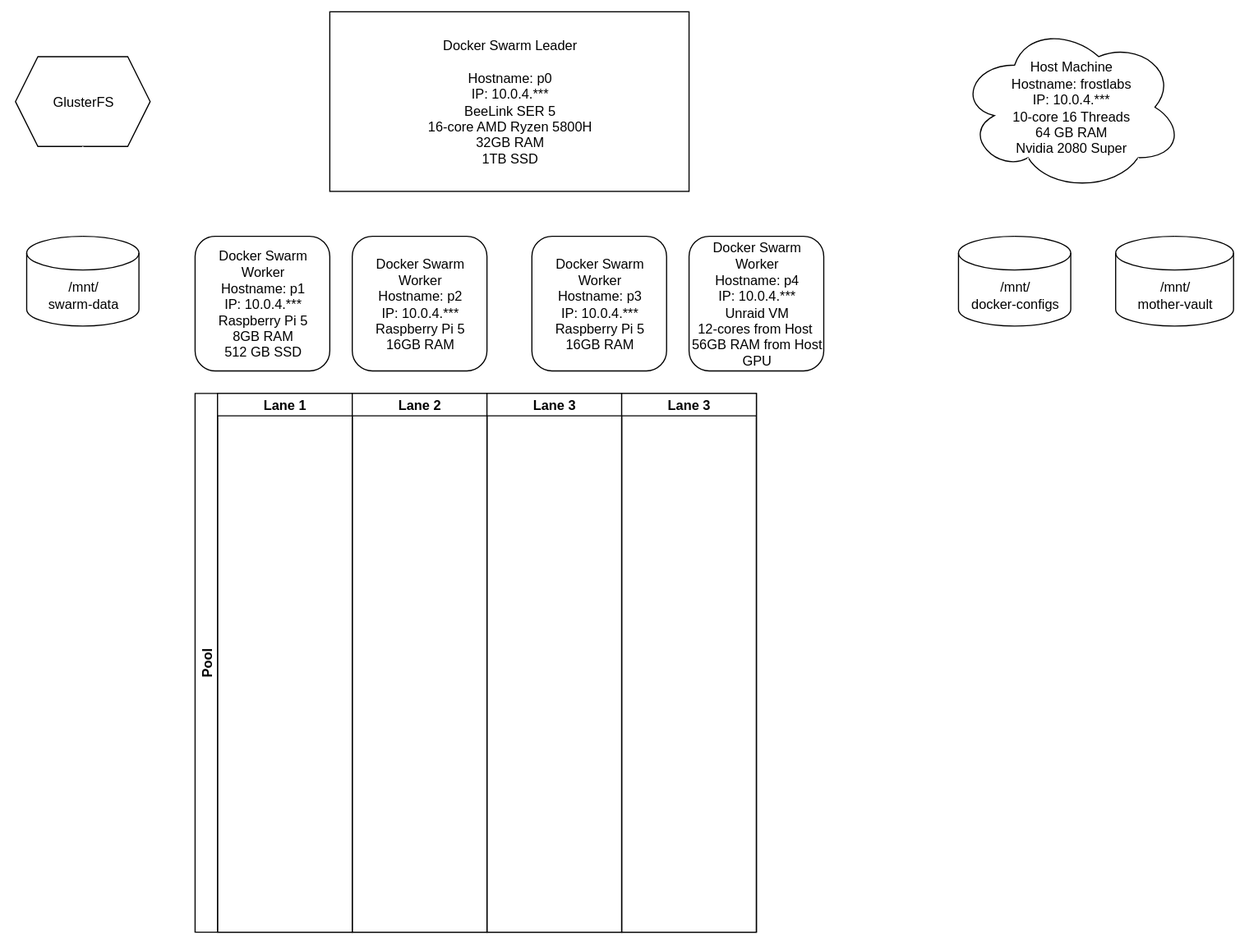
ghost062591/frostlabs-site keeps this draw.io diagram as Infrastructure Diagram.svg. Above is the earlier version. Source tidied: cells renumbered, new cells last; positions are measured from the earlier drawing's top-left corner, leaving out a move shared by most shapes.
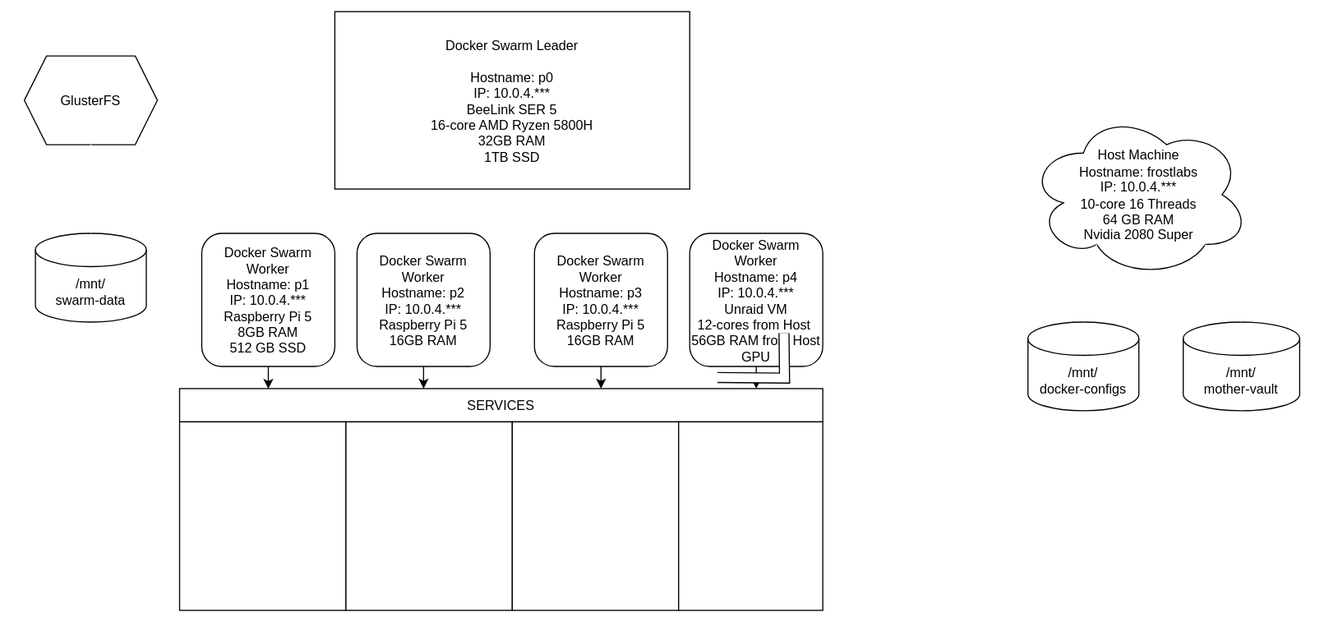
After the commit.

Commit message:
DESKTOP-61VDD0K 2025-10-17:9:54:47

Diff of the diagram source:
```diff
@@ -31,27 +31,42 @@
     <mxCell id="9" value="Docker Swarm Worker&lt;br&gt;Hostname: p1&lt;br&gt;IP: 10.0.4.***&lt;br&gt;Raspberry Pi 5&lt;br&gt;8GB RAM&lt;br&gt;512 GB SSD" style="rounded=1;whiteSpace=wrap;html=1;" parent="1" vertex="1">
       <mxGeometry x="160" y="200" width="120" height="120" as="geometry" />
     </mxCell>
+    <mxCell id="26" style="edgeStyle=none;html=1;exitX=0.5;exitY=1;exitDx=0;exitDy=0;entryX=0.5;entryY=0;entryDx=0;entryDy=0;" parent="1" edge="1" source="10">
+      <mxGeometry relative="1" as="geometry">
+        <mxPoint x="360" y="340" as="targetPoint" />
+      </mxGeometry>
+    </mxCell>
     <mxCell id="10" value="Docker Swarm Worker&lt;br&gt;Hostname: p2&lt;br&gt;IP: 10.0.4.***&lt;br&gt;Raspberry Pi 5&lt;br&gt;16GB RAM" style="rounded=1;whiteSpace=wrap;html=1;" parent="1" vertex="1">
       <mxGeometry x="300" y="200" width="120" height="120" as="geometry" />
     </mxCell>
+    <mxCell id="27" style="edgeStyle=none;html=1;exitX=0.5;exitY=1;exitDx=0;exitDy=0;entryX=0.5;entryY=0;entryDx=0;entryDy=0;" parent="1" edge="1" source="11">
+      <mxGeometry relative="1" as="geometry">
+        <mxPoint x="520" y="340" as="targetPoint" />
+      </mxGeometry>
+    </mxCell>
     <mxCell id="11" value="Docker Swarm Worker&lt;br&gt;Hostname: p3&lt;br&gt;IP: 10.0.4.***&lt;br&gt;Raspberry Pi 5&lt;br&gt;16GB RAM" style="rounded=1;whiteSpace=wrap;html=1;" parent="1" vertex="1">
       <mxGeometry x="460" y="200" width="120" height="120" as="geometry" />
     </mxCell>
+    <mxCell id="28" style="edgeStyle=none;html=1;exitX=0.5;exitY=1;exitDx=0;exitDy=0;entryX=0.5;entryY=0;entryDx=0;entryDy=0;" parent="1" edge="1" source="12">
+      <mxGeometry relative="1" as="geometry">
+        <mxPoint x="660" y="340" as="targetPoint" />
+      </mxGeometry>
+    </mxCell>
     <mxCell id="12" value="Docker Swarm Worker&lt;br&gt;Hostname: p4&lt;br&gt;IP: 10.0.4.***&lt;br&gt;Unraid VM&lt;br&gt;12-cores from Host&amp;nbsp;&lt;br&gt;56GB RAM from Host&lt;br&gt;GPU" style="rounded=1;whiteSpace=wrap;html=1;" parent="1" vertex="1">
       <mxGeometry x="600" y="200" width="120" height="120" as="geometry" />
     </mxCell>
     <mxCell id="13" value="Host Machine&lt;br&gt;Hostname: frostlabs&lt;br&gt;IP: 10.0.4.***&lt;br&gt;10-core 16 Threads&lt;br&gt;64 GB RAM&lt;br&gt;Nvidia 2080 Super" style="ellipse;shape=cloud;whiteSpace=wrap;html=1;" parent="1" vertex="1">
-      <mxGeometry x="840" y="10" width="200" height="150" as="geometry" />
+      <mxGeometry x="905" y="90" width="200" height="150" as="geometry" />
     </mxCell>
     <mxCell id="14" value="/mnt/&lt;br&gt;mother-vault" style="shape=cylinder3;whiteSpace=wrap;html=1;boundedLbl=1;backgroundOutline=1;size=15;" parent="1" vertex="1">
-      <mxGeometry x="980" y="200" width="105" height="80" as="geometry" />
+      <mxGeometry x="1045" y="280" width="105" height="80" as="geometry" />
     </mxCell>
     <mxCell id="15" value="/mnt/&lt;br&gt;docker-configs" style="shape=cylinder3;whiteSpace=wrap;html=1;boundedLbl=1;backgroundOutline=1;size=15;" parent="1" vertex="1">
-      <mxGeometry x="840" y="200" width="100" height="80" as="geometry" />
+      <mxGeometry x="905" y="280" width="100" height="80" as="geometry" />
     </mxCell>
     <mxCell id="16" style="edgeStyle=none;html=1;exitX=0.31;exitY=0.8;exitDx=0;exitDy=0;exitPerimeter=0;strokeColor=#FFFFFF;" parent="1" edge="1" source="13">
       <mxGeometry relative="1" as="geometry">
-        <mxPoint x="890" y="200" as="targetPoint" />
+        <mxPoint x="955" y="280" as="targetPoint" />
       </mxGeometry>
     </mxCell>
     <mxCell id="17" style="edgeStyle=none;html=1;exitX=0.8;exitY=0.8;exitDx=0;exitDy=0;exitPerimeter=0;entryX=0.5;entryY=0;entryDx=0;entryDy=0;entryPerimeter=0;strokeColor=#FFFFFF;" parent="1" edge="1" source="13" target="14">
@@ -66,20 +81,29 @@
     <mxCell id="20" style="edgeStyle=none;html=1;exitX=0.5;exitY=1;exitDx=0;exitDy=0;entryX=0.5;entryY=0;entryDx=0;entryDy=0;entryPerimeter=0;strokeColor=#FFFFFF;" parent="1" edge="1" source="19" target="18">
       <mxGeometry relative="1" as="geometry" />
     </mxCell>
-    <mxCell id="21" value="Pool" style="swimlane;startSize=20;horizontal=0;" parent="1" vertex="1">
-      <mxGeometry x="160" y="340" width="500" height="480" as="geometry" />
-    </mxCell>
-    <mxCell id="22" value="Lane 1" style="swimlane;startSize=20;" parent="21" vertex="1">
-      <mxGeometry x="20" width="120" height="480" as="geometry" />
-    </mxCell>
-    <mxCell id="23" value="Lane 2" style="swimlane;startSize=20;" parent="21" vertex="1">
-      <mxGeometry x="140" width="120" height="480" as="geometry" />
-    </mxCell>
-    <mxCell id="24" value="Lane 3" style="swimlane;startSize=20;" parent="21" vertex="1">
-      <mxGeometry x="260" width="120" height="480" as="geometry" />
-    </mxCell>
-    <mxCell id="25" value="Lane 3" style="swimlane;startSize=20;" parent="21" vertex="1">
-      <mxGeometry x="380" width="120" height="480" as="geometry" />
-    </mxCell>
+    <mxCell id="29" value="SERVICES" style="rounded=0;whiteSpace=wrap;html=1;" parent="1" vertex="1">
+      <mxGeometry x="140" y="340" width="580" height="30" as="geometry" />
+    </mxCell>
+    <mxCell id="30" style="rounded=0;whiteSpace=wrap;html=1;" parent="1" vertex="1">
+      <mxGeometry x="140" y="370" width="150" height="170" as="geometry" />
+    </mxCell>
+    <mxCell id="31" style="rounded=0;whiteSpace=wrap;html=1;" parent="1" vertex="1">
+      <mxGeometry x="290" y="370" width="150" height="170" as="geometry" />
+    </mxCell>
+    <mxCell id="32" style="rounded=0;whiteSpace=wrap;html=1;" parent="1" vertex="1">
+      <mxGeometry x="440" y="370" width="150" height="170" as="geometry" />
+    </mxCell>
+    <mxCell id="33" style="rounded=0;whiteSpace=wrap;html=1;" parent="1" vertex="1">
+      <mxGeometry x="590" y="370" width="130" height="170" as="geometry" />
+    </mxCell>
+    <mxCell id="34" style="edgeStyle=none;html=1;exitX=0.5;exitY=1;exitDx=0;exitDy=0;entryX=0.138;entryY=0.005;entryDx=0;entryDy=0;entryPerimeter=0;" parent="1" edge="1" source="9" target="29">
+      <mxGeometry relative="1" as="geometry" />
+    </mxCell>
+    <mxCell id="35" style="shape=filledEdge;curved=0;rounded=0;fixDash=1;endArrow=none;strokeWidth=10;fillColor=#ffffff;edgeStyle=orthogonalEdgeStyle;html=1;" parent="1" edge="1">
+      <mxGeometry relative="1" as="geometry">
+        <mxPoint x="625" y="330" as="sourcePoint" />
+        <mxPoint x="685" y="290" as="targetPoint" />
+      </mxGeometry>
+    </mxCell>
   </root>
 </mxGraphModel>
```
